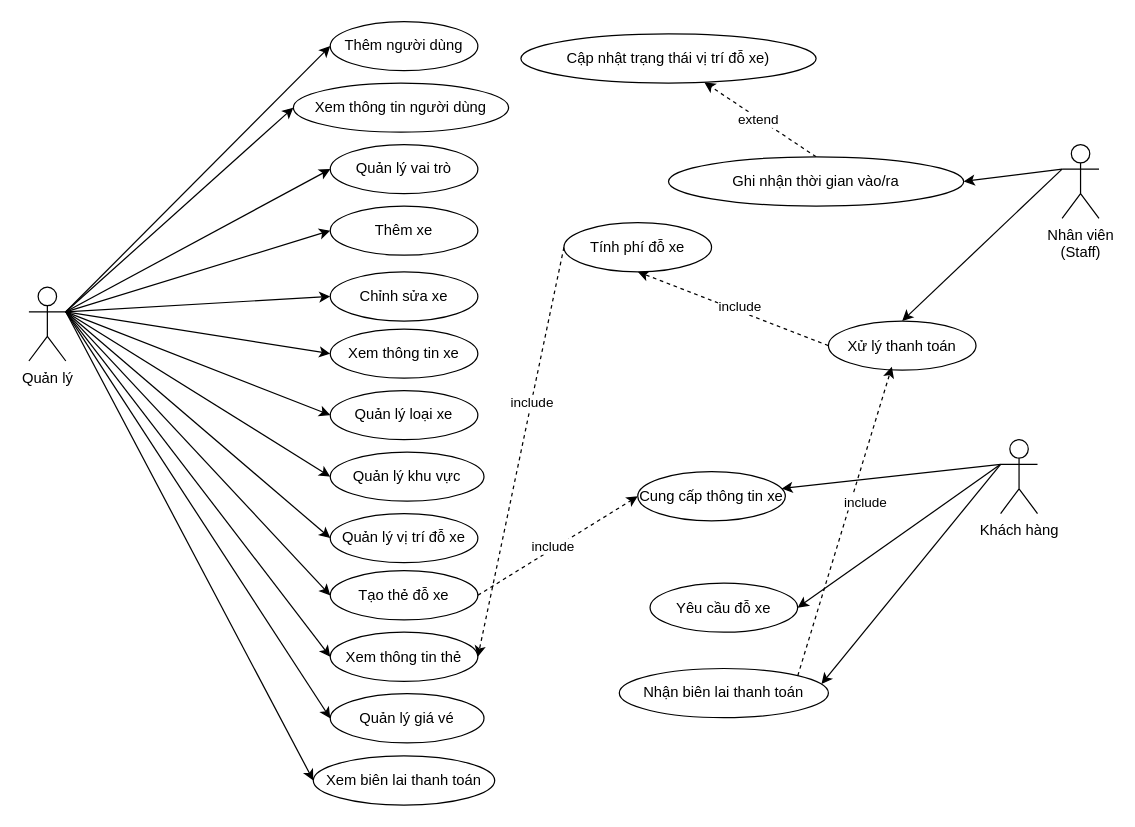
parking-management-vh/parking-management keeps this draw.io diagram as page "use-case" (5 of 6) of ParkingManagement.drawio. Above is the earlier version. Source tidied: cells renumbered, new cells numbered last; positions are measured from the earlier drawing's top-left corner, leaving out a move shared by most shapes. Both pictures are drawn from the tidied source at 123%, with x=0, y=0 at pixel (28, 21).
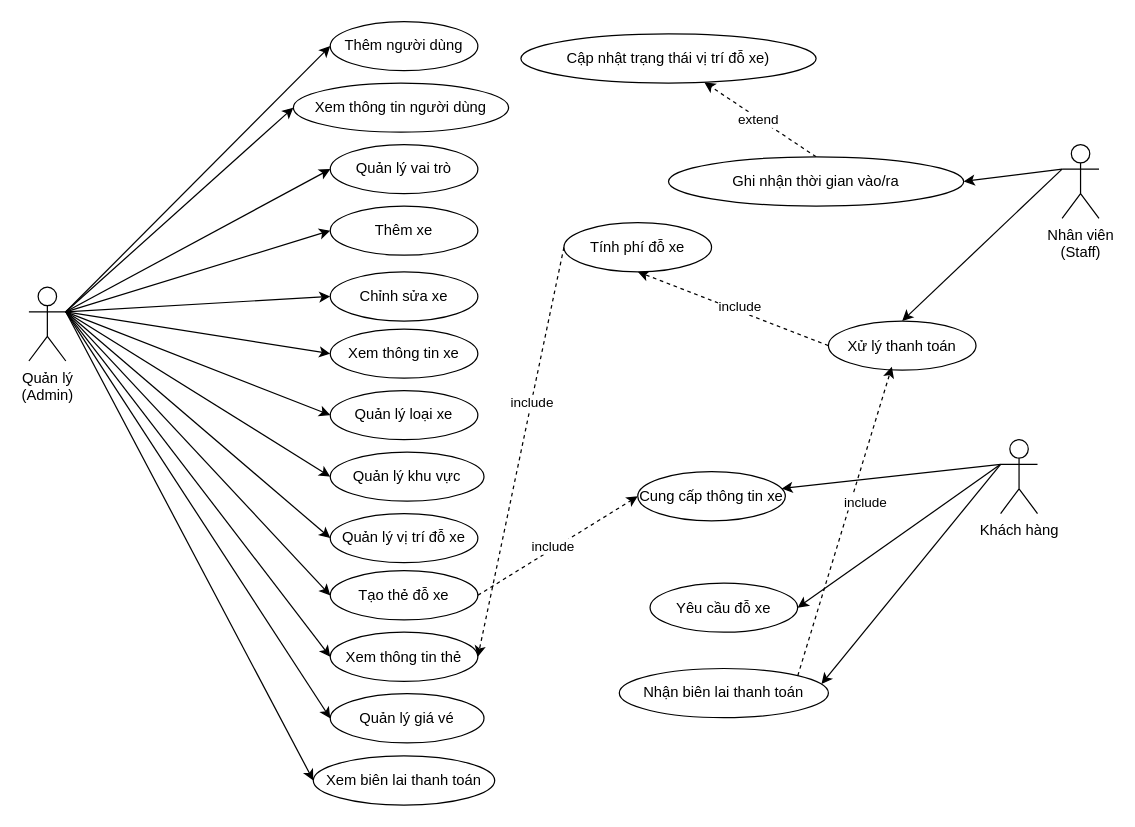
Above is the later version.

Commit message:
Cập nhật ParkingManagement.drawio

The edit, as a diff of the source:
```diff
@@
-    <mxCell id="5" value="Quản lý" style="shape=umlActor;verticalLabelPosition=bottom;verticalAlign=top;html=1;outlineConnect=0;" parent="1" vertex="1">
+    <mxCell id="5" value="Quản lý&lt;div&gt;(Admin)&lt;/div&gt;" style="shape=umlActor;verticalLabelPosition=bottom;verticalAlign=top;html=1;outlineConnect=0;" parent="1" vertex="1">
       <mxGeometry y="216" width="30" height="60" as="geometry" />
     </mxCell>
```
